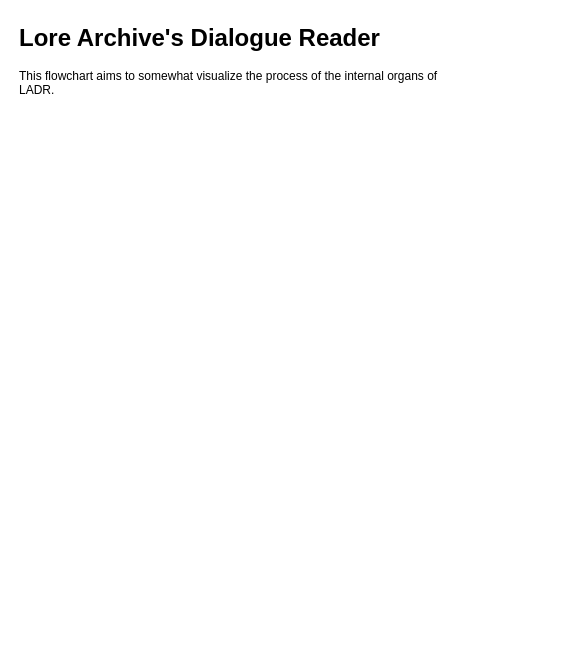
Cirrow/ladr keeps this draw.io diagram as ladr.drawio. Above is the earlier version. Source tidied: cells renumbered, new cells numbered last; positions are measured from the earlier drawing's top-left corner, leaving out a move shared by most shapes. Both pictures are drawn from the tidied source at 100%, with x=0, y=0 at pixel (17, 17).
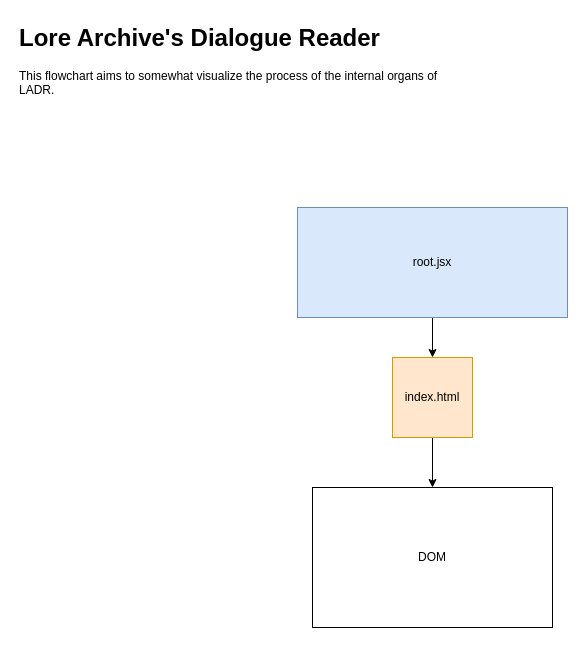
The same page after the edit.

What changed in the source:
```diff
@@
 <mxGraphModel>
   <root>
     <mxCell id="0" />
     <mxCell id="1" parent="0" />
     <mxCell id="2" value="&lt;h1 style=&quot;margin-top: 0px;&quot;&gt;Lore Archive's Dialogue Reader&lt;/h1&gt;&lt;p&gt;This flowchart aims to somewhat visualize the process of the internal organs of LADR.&lt;/p&gt;" style="text;html=1;whiteSpace=wrap;overflow=hidden;rounded=0;" parent="1" vertex="1">
       <mxGeometry width="440" height="120" as="geometry" />
     </mxCell>
+    <mxCell id="3" value="DOM" style="rounded=0;whiteSpace=wrap;html=1;" parent="1" vertex="1">
+      <mxGeometry x="295" y="470" width="240" height="140" as="geometry" />
+    </mxCell>
+    <mxCell id="4" style="edgeStyle=orthogonalEdgeStyle;rounded=0;jettySize=auto;html=1;exitX=0.5;exitY=1;exitDx=0;exitDy=0;entryX=0.5;entryY=0;entryDx=0;entryDy=0;" parent="1" edge="1" source="5" target="3">
+      <mxGeometry relative="1" as="geometry" />
+    </mxCell>
+    <mxCell id="5" value="index.html" style="whiteSpace=wrap;html=1;fillColor=#ffe6cc;strokeColor=#d79b00;" parent="1" vertex="1">
+      <mxGeometry x="375" y="340" width="80" height="80" as="geometry" />
+    </mxCell>
+    <mxCell id="6" style="edgeStyle=orthogonalEdgeStyle;rounded=0;jettySize=auto;html=1;" parent="1" edge="1" source="7" target="5">
+      <mxGeometry relative="1" as="geometry" />
+    </mxCell>
+    <mxCell id="7" value="root.jsx" style="rounded=0;whiteSpace=wrap;html=1;fillColor=#dae8fc;strokeColor=#6c8ebf;" parent="1" vertex="1">
+      <mxGeometry x="280" y="190" width="270" height="110" as="geometry" />
+    </mxCell>
   </root>
 </mxGraphModel>
```
